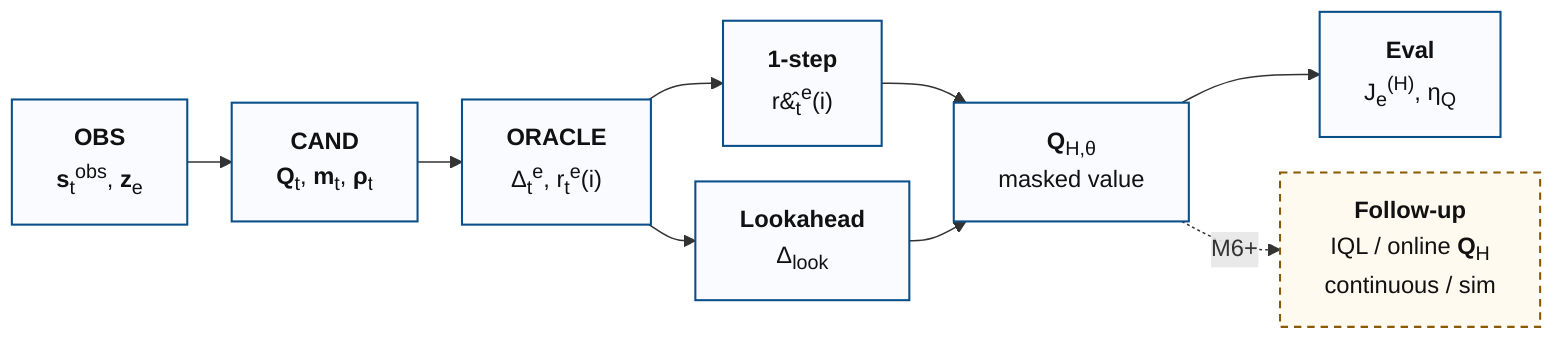
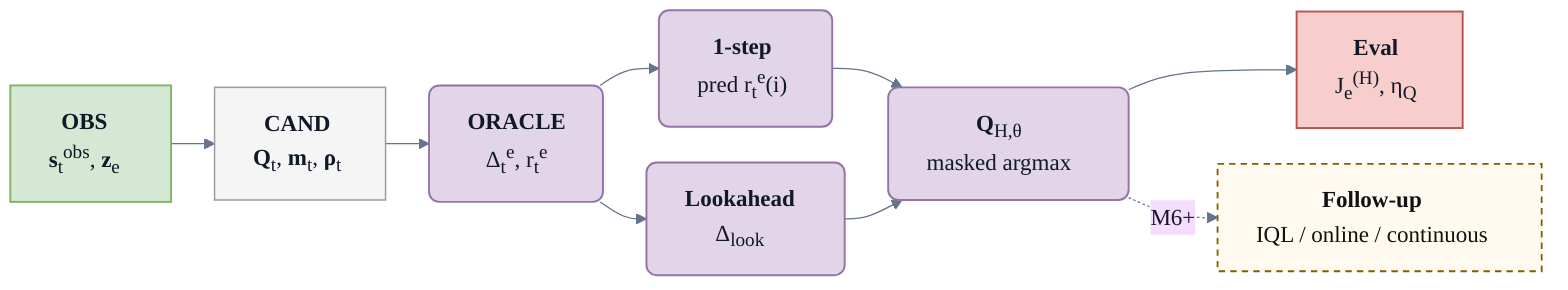
- %%{init: {"flowchart": {"htmlLabels": true, "nodeSpacing": 24, "rankSpacing": 30}}}%%
+ %%{init: {"theme": "base", "flowchart": {"htmlLabels": true, "nodeSpacing": 28, "rankSpacing": 34, "curve": "basis"}, "themeVariables": {"background": "#ffffff", "fontFamily": "Inter, DejaVu Sans, Arial, sans-serif", "fontSize": "18px", "primaryTextColor": "#111827", "lineColor": "#64748b"}}}%%
flowchart LR
  A["<b>OBS</b><br/><b>s</b><sub>t</sub><sup>obs</sup>, <b>z</b><sub>e</sub>"] --> B["<b>CAND</b><br/><b>Q</b><sub>t</sub>, <b>m</b><sub>t</sub>, <b>&rho;</b><sub>t</sub>"]
-   B --> C["<b>ORACLE</b><br/>&Delta;<sub>t</sub><sup>e</sup>, r<sub>t</sub><sup>e</sup>(i)"]
-   C --> D["<b>1-step</b><br/>r&#770;<sub>t</sub><sup>e</sup>(i)"]
+   B --> C["<b>ORACLE</b><br/>&Delta;<sub>t</sub><sup>e</sup>, r<sub>t</sub><sup>e</sup>"]
+   C --> D["<b>1-step</b><br/>pred r<sub>t</sub><sup>e</sup>(i)"]
  C --> E["<b>Lookahead</b><br/>&Delta;<sub>look</sub>"]
-   D --> F["<b>Q</b><sub>H,&theta;</sub><br/>masked value"]
+   D --> F["<b>Q</b><sub>H,&theta;</sub><br/>masked argmax"]
  E --> F
  F --> G["<b>Eval</b><br/>J<sub>e</sub><sup>(H)</sup>, &eta;<sub>Q</sub>"]
-   F -. "M6+" .-> H["<b>Follow-up</b><br/>IQL / online <b>Q</b><sub>H</sub><br/>continuous / sim"]
+   F -. "M6+" .-> H["<b>Follow-up</b><br/>IQL / online / continuous"]

-   classDef core fill:#f9fbff,stroke:#0b4f8a,stroke-width:1.4px,color:#111;
+   classDef input fill:#D5E8D4,stroke:#82B366,stroke-width:1.5px,rx:0,ry:0;
+   classDef output fill:#F8CECC,stroke:#B85450,stroke-width:1.5px,rx:0,ry:0;
+   classDef compute fill:#E1D5E7,stroke:#9673A6,stroke-width:1.5px,rx:8,ry:8;
+   classDef data fill:#F5F5F5,stroke:#9E9E9E,stroke-width:1.2px,rx:0,ry:0;
  classDef bridge fill:#fffaf0,stroke:#8a5a00,stroke-width:1.4px,stroke-dasharray:5 4,color:#111;
-   class A,B,C,D,E,F,G core;
+   class A input;
+   class B data;
+   class C,D,E,F compute;
+   class G output;
  class H bridge;
